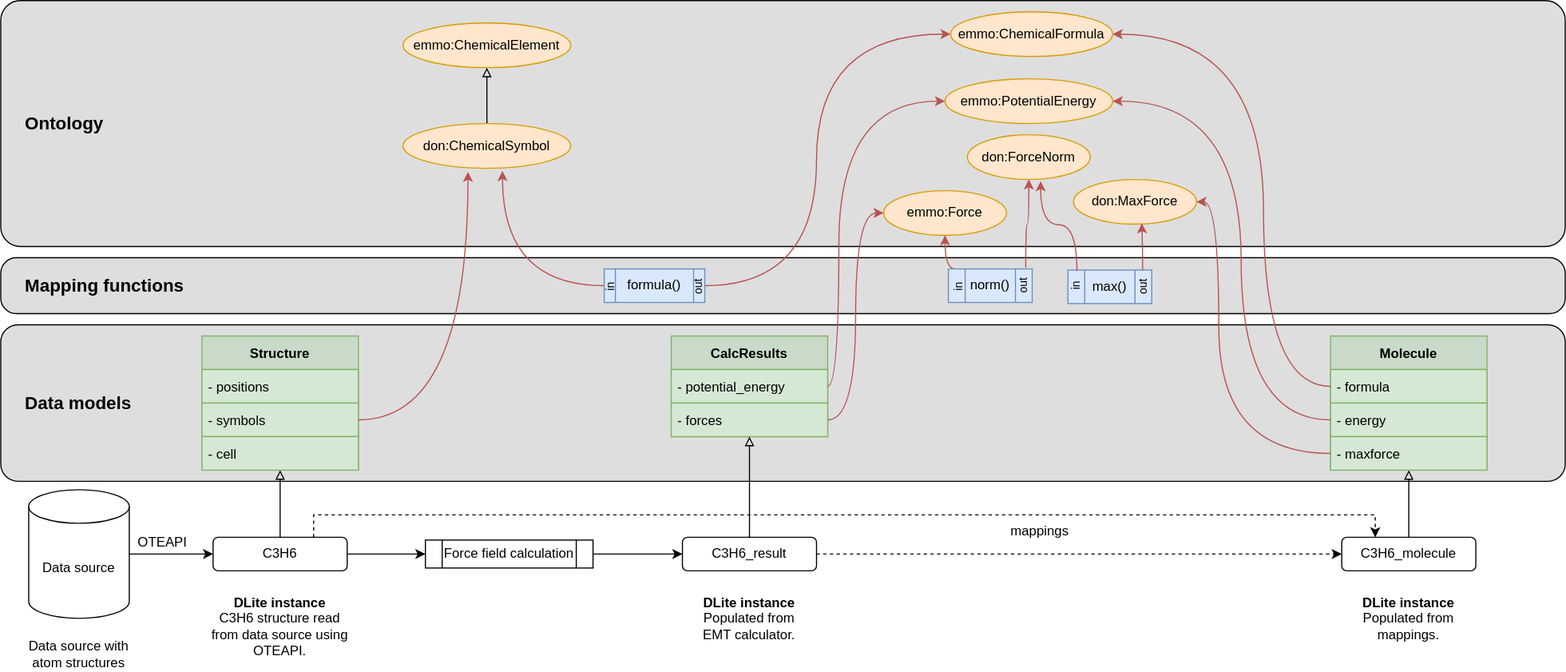
Above: examples/mappings/mappingdemo.svg in SINTEF/dlite (draw.io), before the change. Source tidied: cells renumbered, new cells last; positions are measured from the earlier drawing's top-left corner, leaving out a move shared by most shapes.
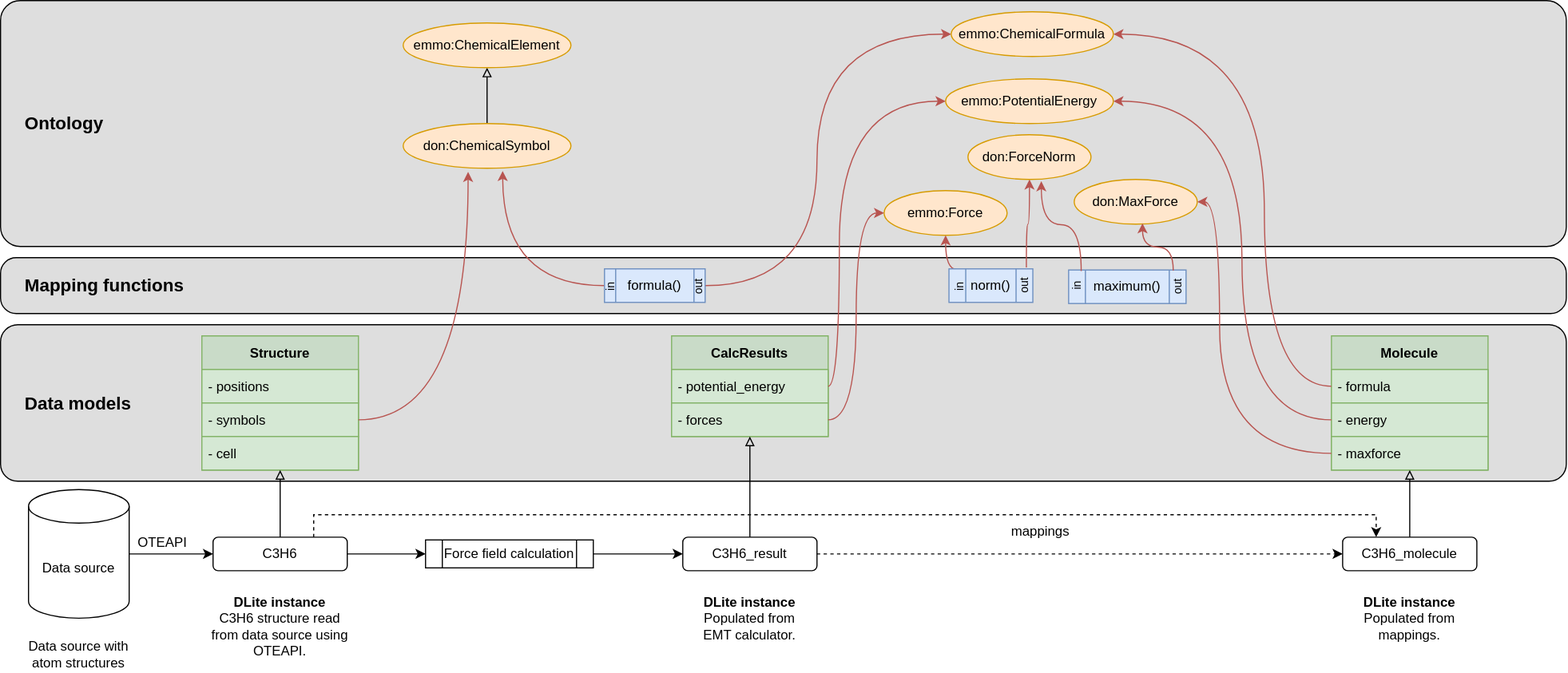
After the commit.

Commit message:
Renamed max() to maximum() in figure

Change to the diagram source:
```diff
@@ -204,14 +204,14 @@
     <mxCell id="60" value="emmo:ChemicalElement" style="ellipse;whiteSpace=wrap;html=1;comic=0;fillColor=#ffe6cc;strokeColor=#d79b00;" parent="1" vertex="1">
       <mxGeometry x="360" y="20" width="150" height="40" as="geometry" />
     </mxCell>
-    <mxCell id="61" value="max()" style="shape=process;whiteSpace=wrap;html=1;backgroundOutline=1;comic=0;fillColor=#dae8fc;strokeColor=#6c8ebf;size=0.2;" parent="1" vertex="1">
-      <mxGeometry x="955" y="241" width="75" height="30" as="geometry" />
+    <mxCell id="61" value="maximum()" style="shape=process;whiteSpace=wrap;html=1;backgroundOutline=1;comic=0;fillColor=#dae8fc;strokeColor=#6c8ebf;size=0.14285714285714285;" parent="1" vertex="1">
+      <mxGeometry x="955" y="241" width="105" height="30" as="geometry" />
     </mxCell>
     <mxCell id="62" value="&lt;font style=&quot;font-size: 10px&quot;&gt;in&lt;/font&gt;" style="text;html=1;strokeColor=none;fillColor=none;align=center;verticalAlign=middle;whiteSpace=wrap;rounded=0;comic=0;fontSize=16;rotation=-90;" parent="1" vertex="1">
       <mxGeometry x="950" y="249.5" width="20" height="11" as="geometry" />
     </mxCell>
     <mxCell id="63" value="&lt;font style=&quot;font-size: 10px&quot;&gt;out&lt;/font&gt;" style="text;html=1;strokeColor=none;fillColor=none;align=center;verticalAlign=middle;whiteSpace=wrap;rounded=0;comic=0;fontSize=16;rotation=-90;" parent="1" vertex="1">
-      <mxGeometry x="1010" y="250.5" width="20" height="11" as="geometry" />
+      <mxGeometry x="1039.5" y="250.5" width="20" height="12" as="geometry" />
     </mxCell>
     <mxCell id="64" value="don:ForceNorm" style="ellipse;whiteSpace=wrap;html=1;comic=0;fillColor=#ffe6cc;strokeColor=#d79b00;" parent="1" vertex="1">
       <mxGeometry x="865" y="120" width="110" height="40" as="geometry" />
```
